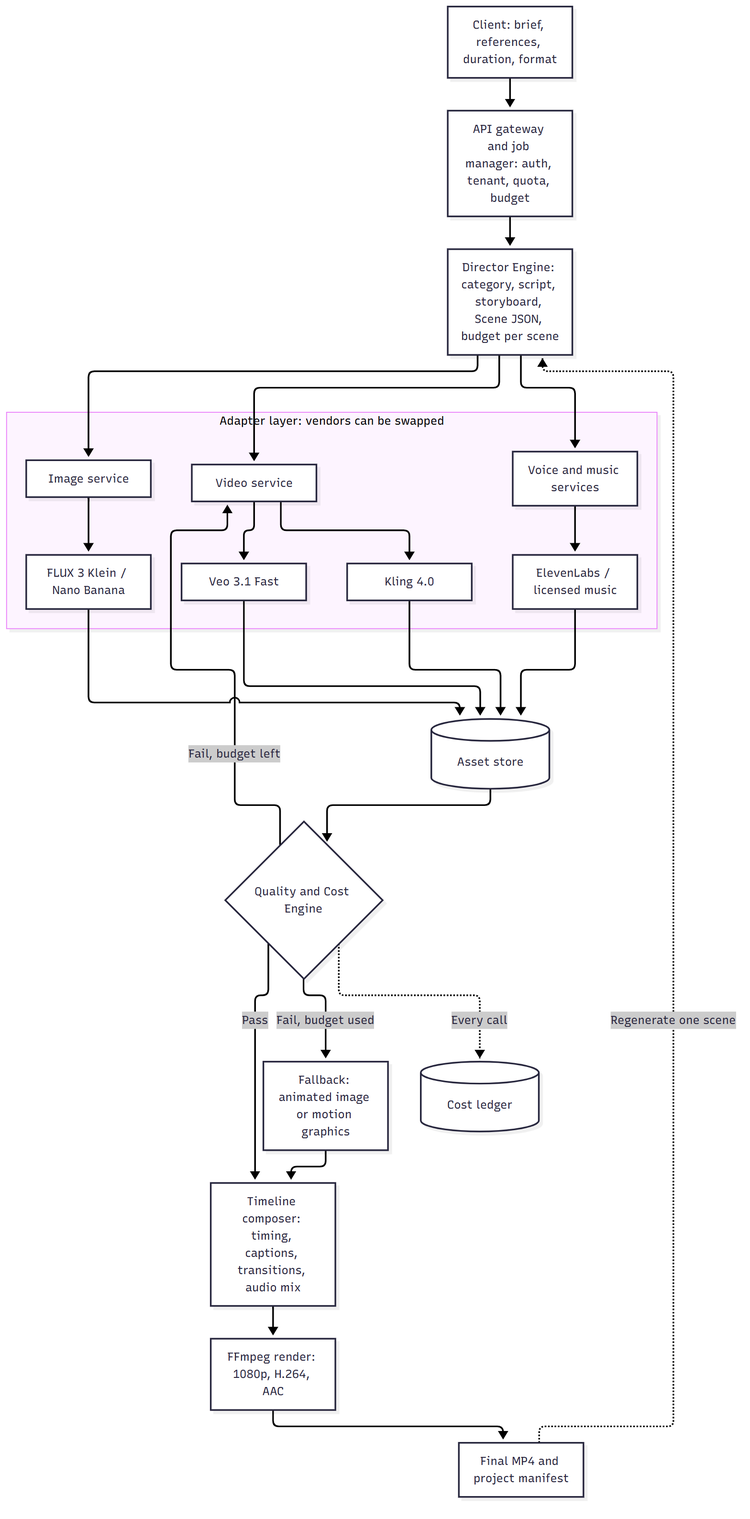
Before: diagrams/07-hybrid-architecture.png, a diagram exported from Mermaid (jainnishant779/synquic_project1). Its source is kept beside it as diagrams/src/07-hybrid-architecture.mmd.
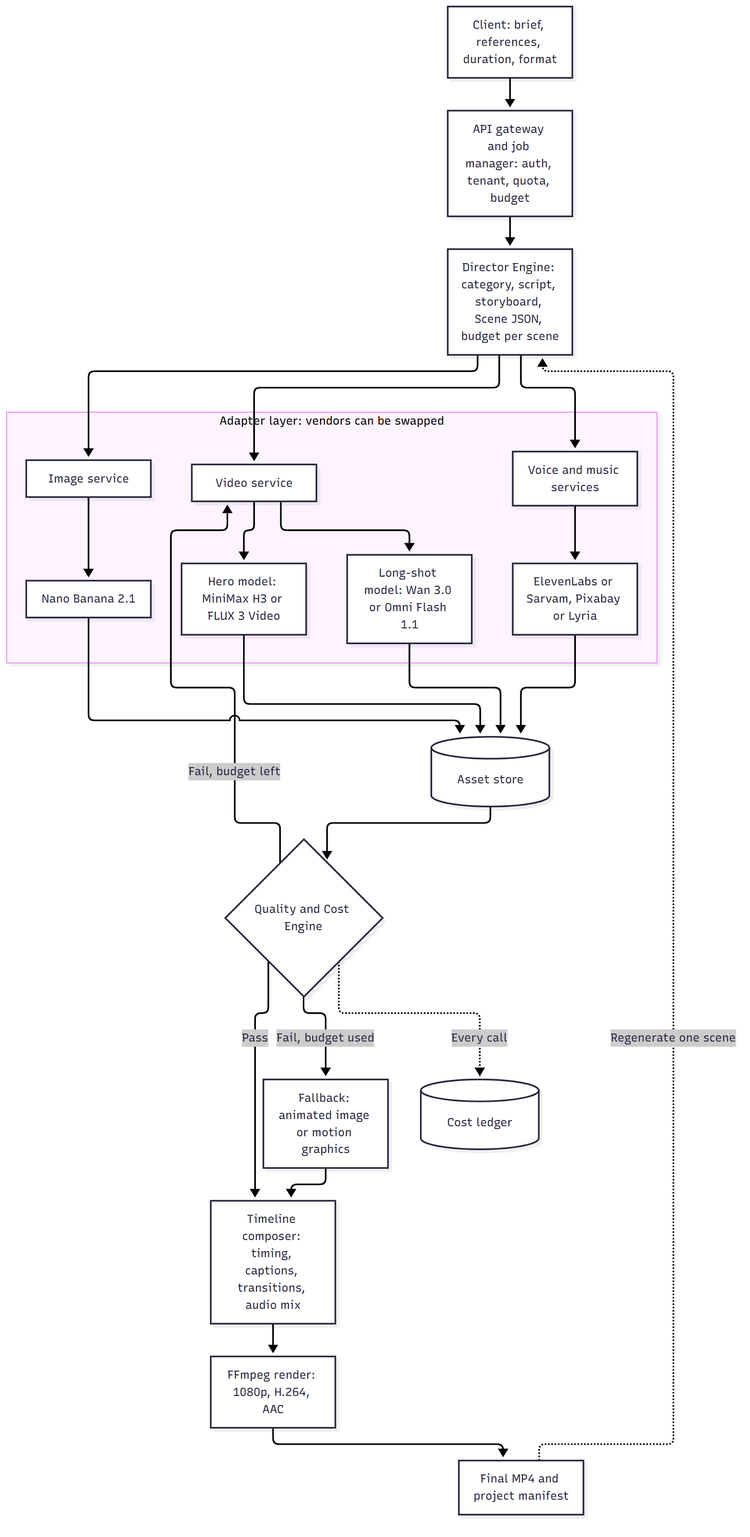
After the change.

Diff of the diagram source:
```diff
@@ -5,10 +5,10 @@
     D --> VS[Video service]
     D --> AU[Voice and music services]
     subgraph P[Adapter layer: vendors can be swapped]
-        IM --> I1[FLUX 3 Klein / Nano Banana]
-        VS --> V1[Veo 3.1 Fast]
-        VS --> V2[Kling 4.0]
-        AU --> A1[ElevenLabs / licensed music]
+        IM --> I1[Nano Banana 2.1]
+        VS --> V1[Hero model: MiniMax H3 or FLUX 3 Video]
+        VS --> V2[Long-shot model: Wan 3.0 or Omni Flash 1.1]
+        AU --> A1[ElevenLabs or Sarvam, Pixabay or Lyria]
     end
     I1 --> S[(Asset store)]
     V1 --> S
```
